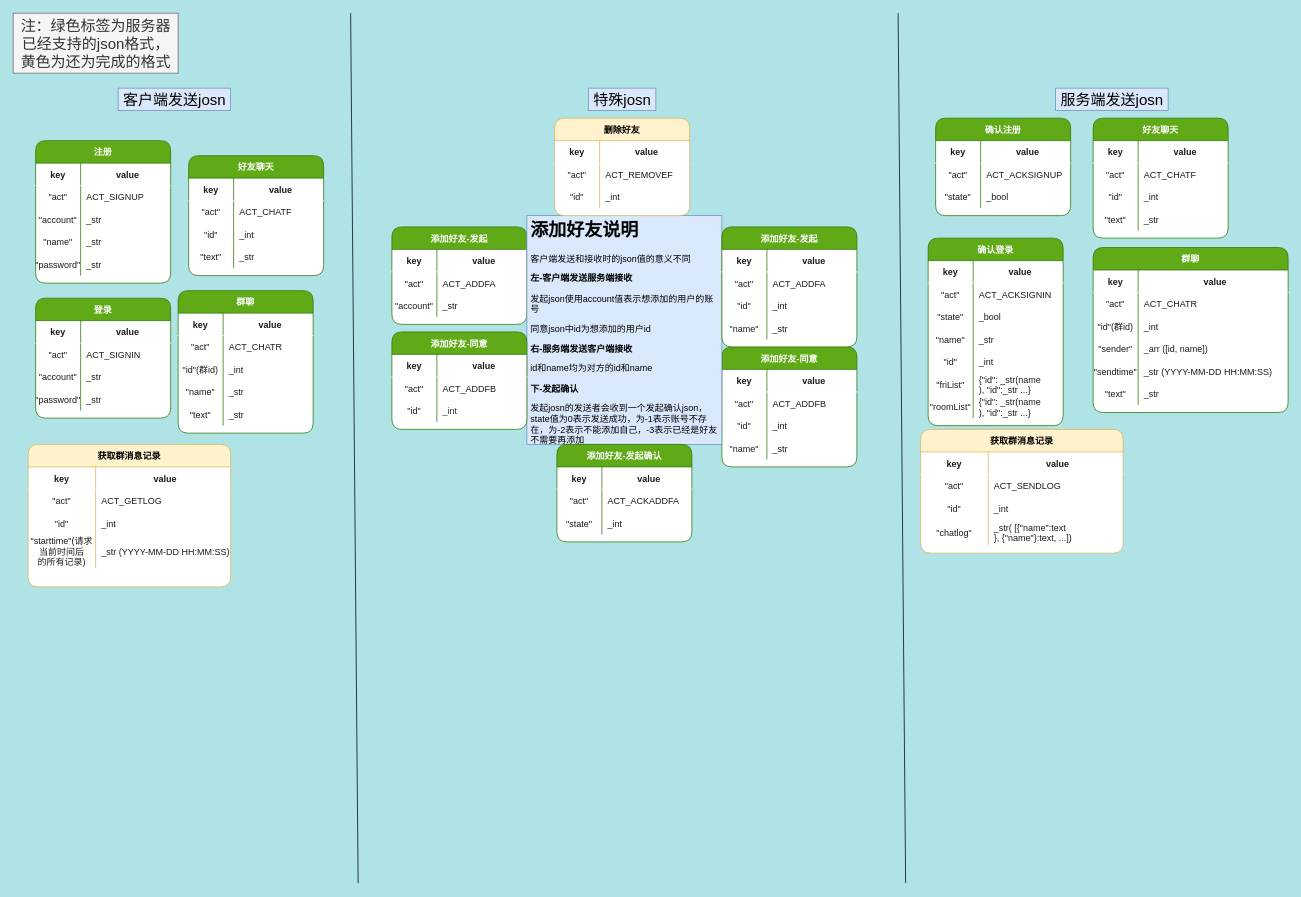
Before: json类型约定.drawio in leo-zhang-git/Gchatpro-file, a draw.io diagram. Source tidied: cells renumbered, new cells numbered last; positions are measured from the earlier drawing's top-left corner, leaving out a move shared by most shapes. Both pictures are drawn from the tidied source at 75%, with x=0, y=0 at pixel (13, 13).
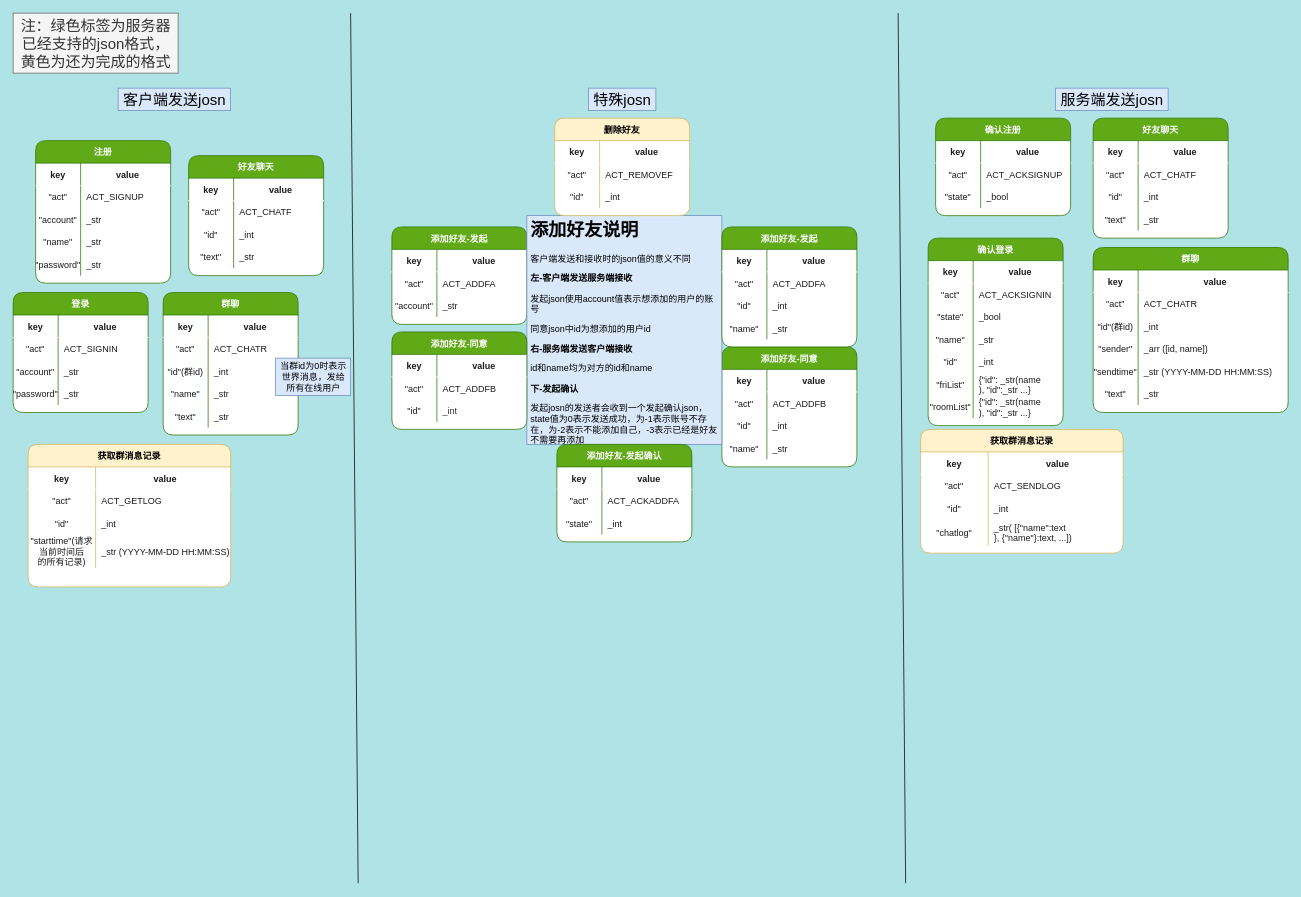
The same page after the edit.

Diff of the diagram source:
```diff
@@
     <mxCell id="18" value="登录" style="shape=table;startSize=30;childLayout=tableLayout;rowLines=0;fontStyle=1;align=center;rounded=1;shadow=0;fillColor=#60a917;strokeColor=#2D7600;fontColor=#ffffff;flipH=1;flipV=0;swimlaneFillColor=default;" parent="1" vertex="1">
-      <mxGeometry x="30" y="380" width="180" height="160" as="geometry" />
+      <mxGeometry y="372.5" width="180" height="160" as="geometry" />
     </mxCell>
@@
     <mxCell id="157" value="群聊" style="shape=table;startSize=30;childLayout=tableLayout;rowLines=0;fontStyle=1;align=center;rounded=1;shadow=0;fillColor=#60a917;strokeColor=#2D7600;flipH=1;flipV=0;swimlaneFillColor=default;fontColor=#ffffff;" parent="1" vertex="1">
-      <mxGeometry x="220" y="370" width="180" height="190" as="geometry" />
+      <mxGeometry x="200" y="372.5" width="180" height="190" as="geometry" />
     </mxCell>
@@
+    <mxCell id="223" value="当群id为0时表示&lt;br&gt;世界消息，发给&lt;br&gt;所有在线用户" style="text;html=1;align=center;verticalAlign=middle;strokeColor=#6c8ebf;fillColor=#dae8fc;" parent="1" vertex="1">
+      <mxGeometry x="350" y="460" width="100" height="50" as="geometry" />
+    </mxCell>
```
